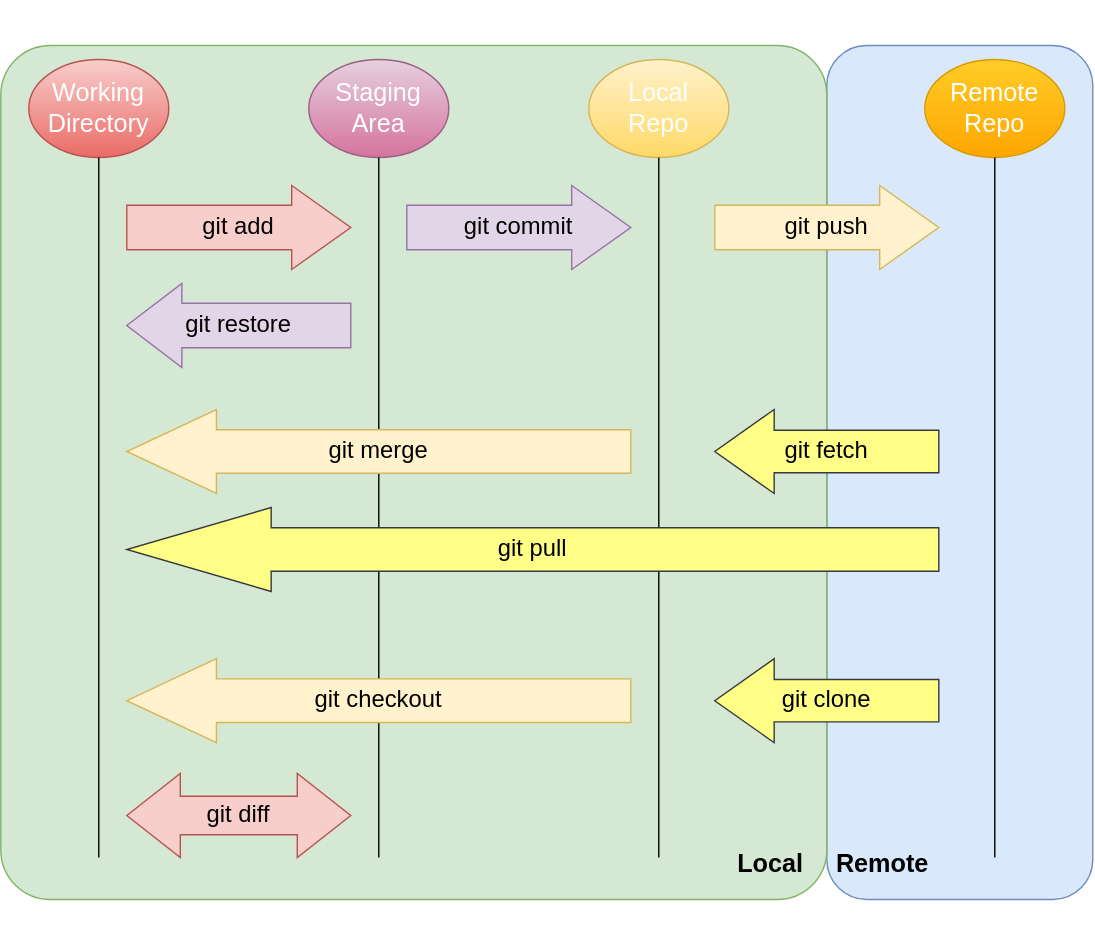
Above: Tools/Git(Version Control)/git_architecture.svg in hwollin/images (draw.io), before the change. Source tidied: cells renumbered, new cells last; positions are measured from the earlier drawing's top-left corner, leaving out a move shared by most shapes.
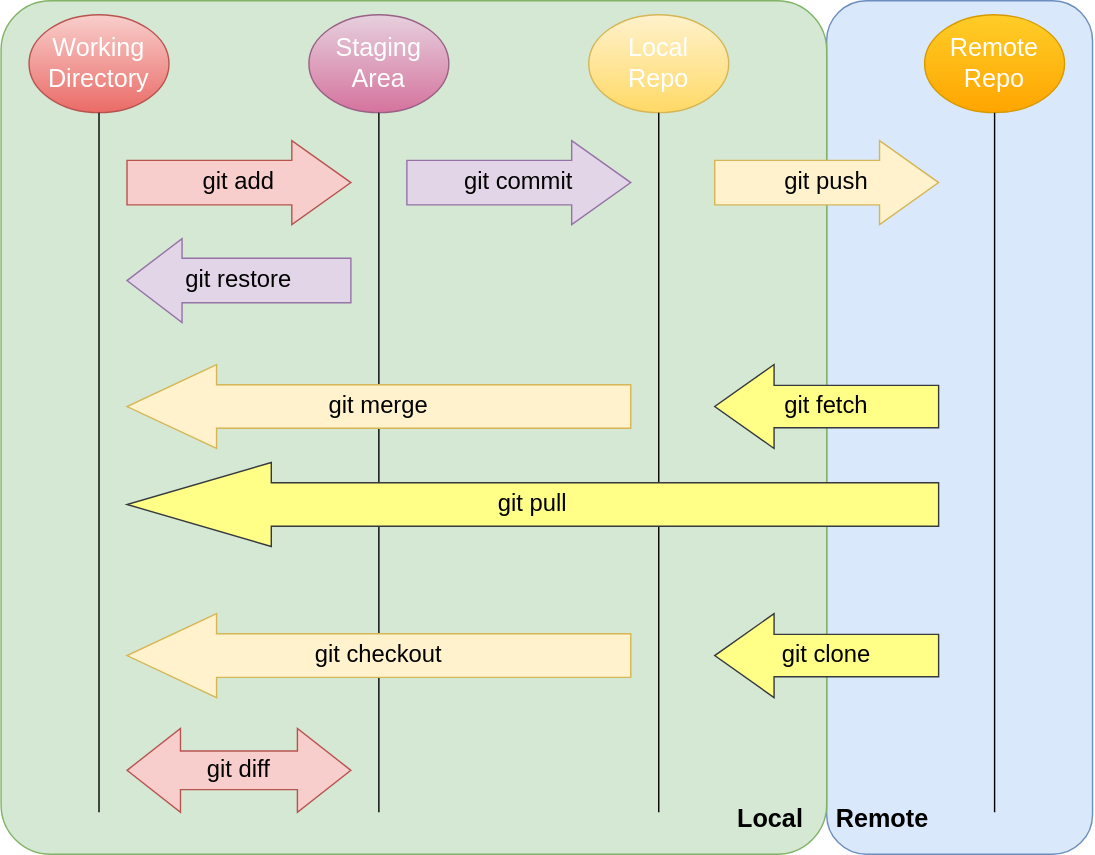
The same file after the commit.

Change to the diagram source:
```diff
@@ -79,17 +79,5 @@
     <mxCell id="23" value="git clone" style="shape=singleArrow;direction=west;whiteSpace=wrap;html=1;fontSize=17;arrowWidth=0.5044062687800477;arrowSize=0.26508880028357706;fillColor=#ffff88;fontStyle=0;strokeColor=#36393d;" parent="1" vertex="1">
       <mxGeometry x="510" y="470" width="160" height="60" as="geometry" />
     </mxCell>
-    <mxCell id="24" style="endArrow=none;html=1;fontSize=17;fontColor=#FFFFFF;strokeColor=#FFFFFF;" parent="1" edge="1">
-      <mxGeometry relative="1" as="geometry">
-        <mxPoint as="sourcePoint" />
-        <mxPoint x="760" as="targetPoint" />
-      </mxGeometry>
-    </mxCell>
-    <mxCell id="25" style="endArrow=none;html=1;fontSize=17;fontColor=#FFFFFF;strokeColor=#FFFFFF;" parent="1" edge="1">
-      <mxGeometry relative="1" as="geometry">
-        <mxPoint x="10" y="672" as="sourcePoint" />
-        <mxPoint x="770" y="672" as="targetPoint" />
-      </mxGeometry>
-    </mxCell>
   </root>
 </mxGraphModel>
```
